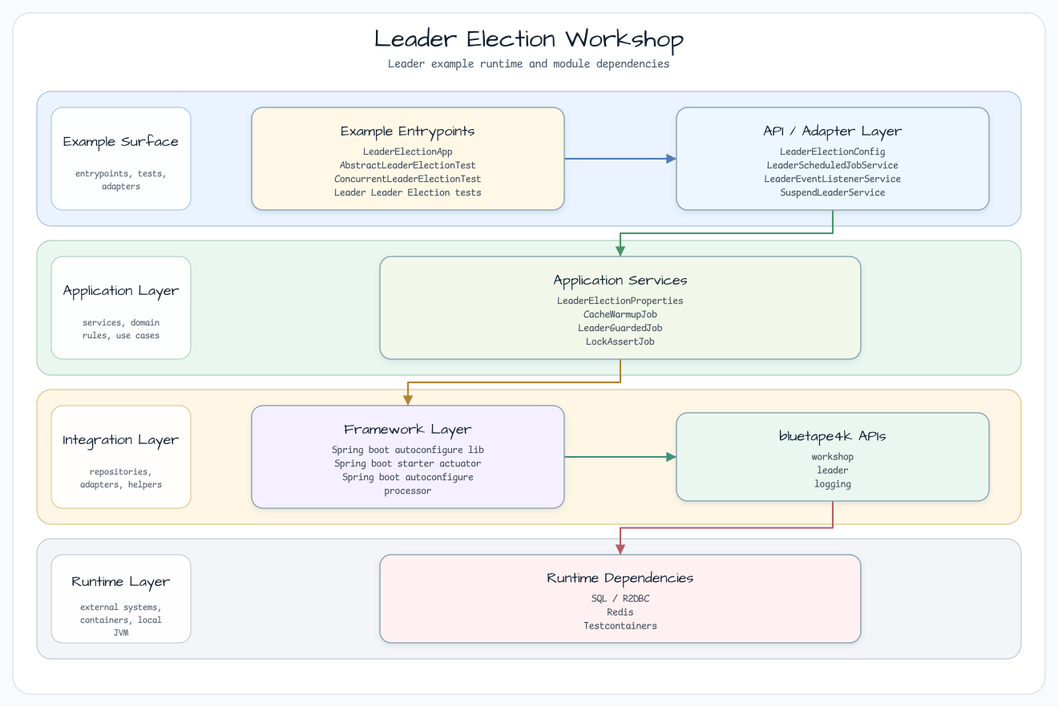
This is docs/images/readme-diagrams/leader-leader-election-readme-architecture-01.png from bluetape4k/bluetape4k-workshop, a Graphviz export, as it was before one commit. Its source is kept beside it as docs/images/readme-diagrams/leader-leader-election-readme-architecture-01.dot.
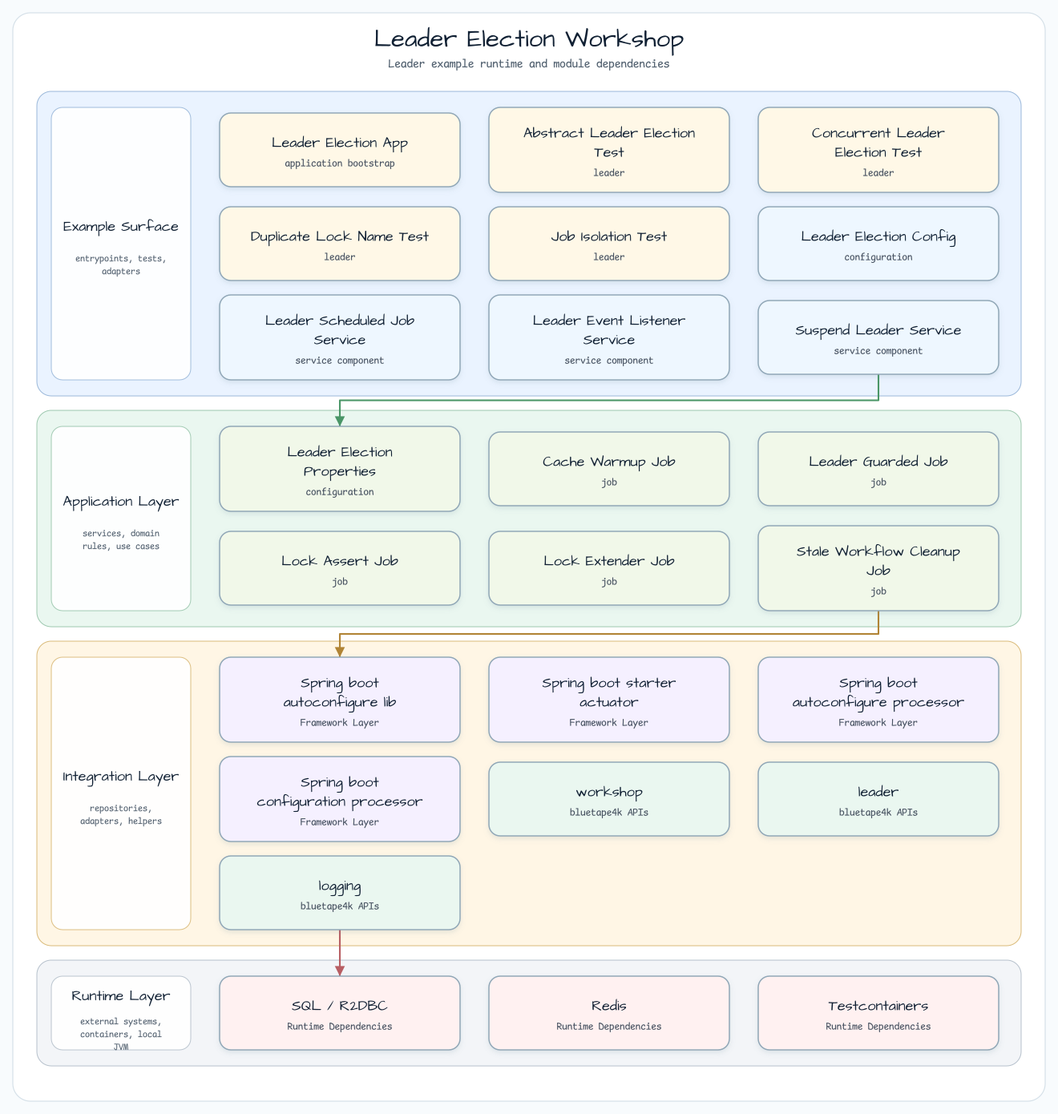
After the change.

The edit, as a diff of the source:
```diff
@@ -26,16 +26,33 @@
     fontsize=11
   ];
 
-  entry [label="Example Entrypoints\nLeaderElectionApp\nAbstractLeaderElectionTest\nConcurrentLeaderElectionTest\nLeader Leader Election tests", fillcolor="#FFF8E7"];
-  api [label="API / Adapter Layer\nLeaderElectionConfig\nLeaderScheduledJobService\nLeaderEventListenerService\nSuspendLeaderService", fillcolor="#EEF7FF"];
-  service [label="Application Services\nLeaderElectionProperties\nCacheWarmupJob\nLeaderGuardedJob\nLockAssertJob", fillcolor="#F1F8E9"];
-  infra [label="Framework Layer\nSpring boot autoconfigure lib\nSpring boot starter actuator\nSpring boot autoconfigure\nprocessor", fillcolor="#F5F0FF"];
-  bt [label="bluetape4k APIs\nworkshop\nleader\nlogging", fillcolor="#EAF7F0"];
-  runtime [label="Runtime Dependencies\nSQL / R2DBC\nRedis\nTestcontainers", fillcolor="#FFF1F1"];
+  entry0 [label="Leader Election App\napplication bootstrap", fillcolor="#FFF8E7"];
+  entry1 [label="Abstract Leader Election Test\nleader", fillcolor="#FFF8E7"];
+  entry2 [label="Concurrent Leader Election Test\nleader", fillcolor="#FFF8E7"];
+  entry3 [label="Duplicate Lock Name Test\nleader", fillcolor="#FFF8E7"];
+  entry4 [label="Job Isolation Test\nleader", fillcolor="#FFF8E7"];
+  api0 [label="Leader Election Config\nconfiguration", fillcolor="#EEF7FF"];
+  api1 [label="Leader Scheduled Job Service\nservice component", fillcolor="#EEF7FF"];
+  api2 [label="Leader Event Listener Service\nservice component", fillcolor="#EEF7FF"];
+  api3 [label="Suspend Leader Service\nservice component", fillcolor="#EEF7FF"];
+  service0 [label="Leader Election Properties\nconfiguration", fillcolor="#F1F8E9"];
+  service1 [label="Cache Warmup Job\njob", fillcolor="#F1F8E9"];
+  service2 [label="Leader Guarded Job\njob", fillcolor="#F1F8E9"];
+  service3 [label="Lock Assert Job\njob", fillcolor="#F1F8E9"];
+  service4 [label="Lock Extender Job\njob", fillcolor="#F1F8E9"];
+  service5 [label="Stale Workflow Cleanup Job\njob", fillcolor="#F1F8E9"];
+  infra0 [label="Spring boot autoconfigure lib\nFramework Layer", fillcolor="#F5F0FF"];
+  infra1 [label="Spring boot starter actuator\nFramework Layer", fillcolor="#F5F0FF"];
+  infra2 [label="Spring boot autoconfigure processor\nFramework Layer", fillcolor="#F5F0FF"];
+  infra3 [label="Spring boot configuration processor\nFramework Layer", fillcolor="#F5F0FF"];
+  bt0 [label="workshop\nbluetape4k APIs", fillcolor="#EAF7F0"];
+  bt1 [label="leader\nbluetape4k APIs", fillcolor="#EAF7F0"];
+  bt2 [label="logging\nbluetape4k APIs", fillcolor="#EAF7F0"];
+  runtime0 [label="SQL / R2DBC\nRuntime Dependencies", fillcolor="#FFF1F1"];
+  runtime1 [label="Redis\nRuntime Dependencies", fillcolor="#FFF1F1"];
+  runtime2 [label="Testcontainers\nRuntime Dependencies", fillcolor="#FFF1F1"];
 
-  entry -> api [label="invokes"];
-  api -> service [label="delegates"];
-  service -> infra [label="persists / publishes"];
-  infra -> bt [label="extends"];
-  bt -> runtime [label="adapts"];
+  api3 -> service0 [label="delegates"];
+  service5 -> infra0 [label="persists / publishes"];
+  bt2 -> runtime0 [label="adapts"];
 }
```
